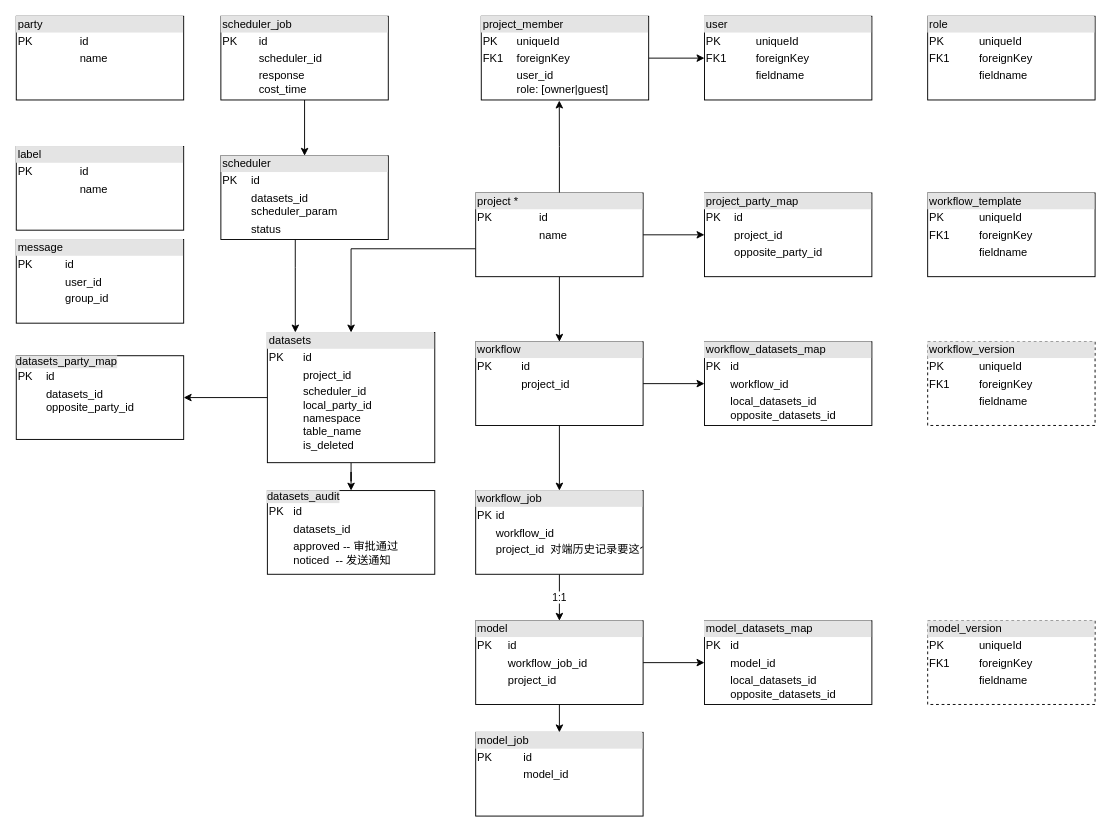
Earlier version of the draw.io diagram Untitled Diagram.drawio (ChrisBamaofan/androidApp). Source tidied: cells renumbered, new cells numbered last; positions are measured from the earlier drawing's top-left corner, leaving out a move shared by most shapes. Both pictures are drawn from the tidied source at 93%, with x=0, y=0 at pixel (16, 16).
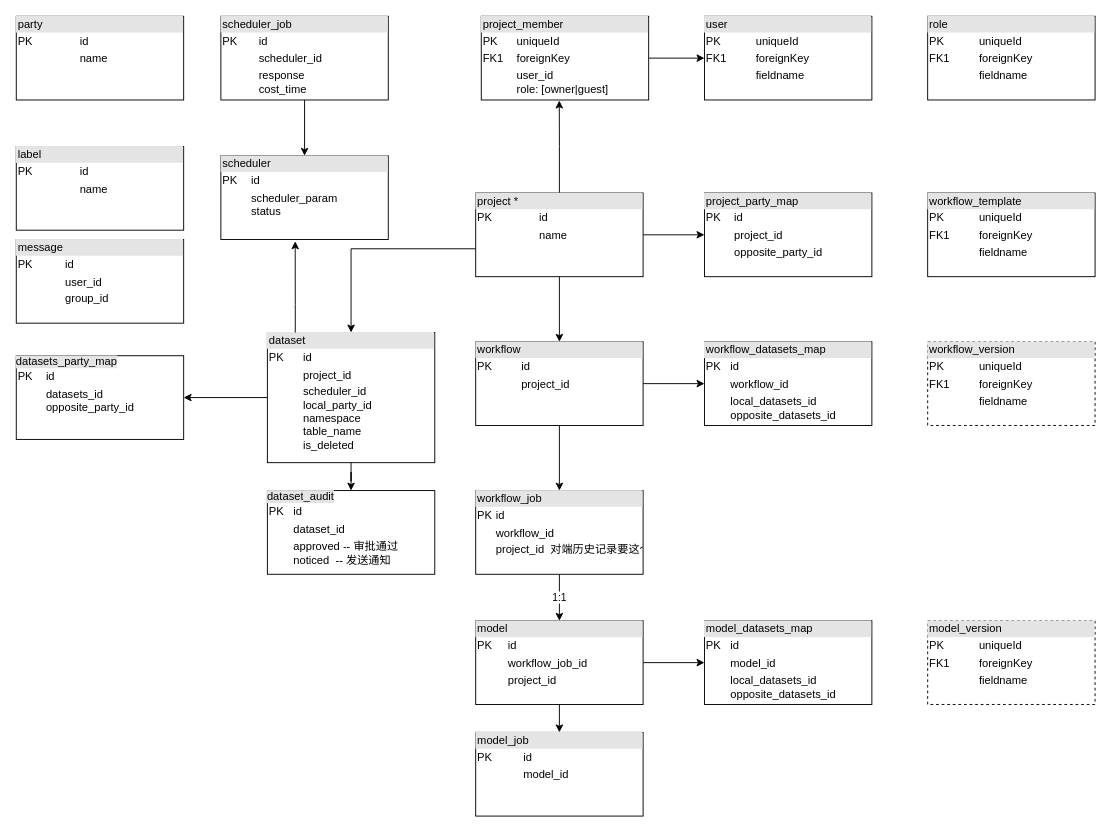
The same diagram, later.

Change to the diagram source:
```diff
@@
-    <mxCell id="9" value="&lt;div style=&quot;box-sizing: border-box ; width: 100% ; background: #e4e4e4 ; padding: 2px&quot;&gt;datasets&lt;/div&gt;&lt;table style=&quot;width: 100% ; font-size: 1em&quot; cellpadding=&quot;2&quot; cellspacing=&quot;0&quot;&gt;&lt;tbody&gt;&lt;tr&gt;&lt;td&gt;PK&lt;/td&gt;&lt;td&gt;id&lt;/td&gt;&lt;/tr&gt;&lt;tr&gt;&lt;td&gt;&lt;br&gt;&lt;/td&gt;&lt;td&gt;project_id&lt;/td&gt;&lt;/tr&gt;&lt;tr&gt;&lt;td&gt;&lt;/td&gt;&lt;td&gt;scheduler_id&lt;br&gt;local_party_id&lt;br&gt;namespace&lt;br&gt;table_name&lt;br&gt;is_deleted&lt;br&gt;&lt;br&gt;&lt;/td&gt;&lt;/tr&gt;&lt;/tbody&gt;&lt;/table&gt;" style="verticalAlign=top;align=left;overflow=fill;html=1;" parent="1" vertex="1">
+    <mxCell id="9" value="&lt;div style=&quot;box-sizing: border-box ; width: 100% ; background: #e4e4e4 ; padding: 2px&quot;&gt;dataset&lt;/div&gt;&lt;table style=&quot;width: 100% ; font-size: 1em&quot; cellpadding=&quot;2&quot; cellspacing=&quot;0&quot;&gt;&lt;tbody&gt;&lt;tr&gt;&lt;td&gt;PK&lt;/td&gt;&lt;td&gt;id&lt;/td&gt;&lt;/tr&gt;&lt;tr&gt;&lt;td&gt;&lt;br&gt;&lt;/td&gt;&lt;td&gt;project_id&lt;/td&gt;&lt;/tr&gt;&lt;tr&gt;&lt;td&gt;&lt;/td&gt;&lt;td&gt;scheduler_id&lt;br&gt;local_party_id&lt;br&gt;namespace&lt;br&gt;table_name&lt;br&gt;is_deleted&lt;br&gt;&lt;br&gt;&lt;/td&gt;&lt;/tr&gt;&lt;/tbody&gt;&lt;/table&gt;" style="verticalAlign=top;align=left;overflow=fill;html=1;" parent="1" vertex="1">
       <mxGeometry x="270" y="340" width="180" height="140" as="geometry" />
     </mxCell>
@@
-    <mxCell id="23" value="&lt;span style=&quot;background-color: rgb(228 , 228 , 228)&quot;&gt;datasets&lt;/span&gt;&lt;span style=&quot;background-color: rgb(228 , 228 , 228)&quot;&gt;_audit&lt;/span&gt;&lt;span style=&quot;background-color: rgb(228 , 228 , 228)&quot;&gt;&lt;br&gt;&lt;/span&gt;&lt;table style=&quot;width: 100% ; font-size: 1em&quot; cellpadding=&quot;2&quot; cellspacing=&quot;0&quot;&gt;&lt;tbody&gt;&lt;tr&gt;&lt;td&gt;PK&lt;/td&gt;&lt;td&gt;id&lt;/td&gt;&lt;/tr&gt;&lt;tr&gt;&lt;td&gt;&lt;br&gt;&lt;/td&gt;&lt;td&gt;datasets_id&lt;/td&gt;&lt;/tr&gt;&lt;tr&gt;&lt;td&gt;&lt;/td&gt;&lt;td&gt;approved -- 审批通过&lt;br&gt;noticed&amp;nbsp; -- 发送通知&lt;/td&gt;&lt;/tr&gt;&lt;/tbody&gt;&lt;/table&gt;" style="verticalAlign=top;align=left;overflow=fill;html=1;" parent="1" vertex="1">
+    <mxCell id="23" value="&lt;span style=&quot;background-color: rgb(228 , 228 , 228)&quot;&gt;dataset&lt;/span&gt;&lt;span style=&quot;background-color: rgb(228 , 228 , 228)&quot;&gt;_audit&lt;/span&gt;&lt;span style=&quot;background-color: rgb(228 , 228 , 228)&quot;&gt;&lt;br&gt;&lt;/span&gt;&lt;table style=&quot;width: 100% ; font-size: 1em&quot; cellpadding=&quot;2&quot; cellspacing=&quot;0&quot;&gt;&lt;tbody&gt;&lt;tr&gt;&lt;td&gt;PK&lt;/td&gt;&lt;td&gt;id&lt;/td&gt;&lt;/tr&gt;&lt;tr&gt;&lt;td&gt;&lt;br&gt;&lt;/td&gt;&lt;td&gt;dataset_id&lt;/td&gt;&lt;/tr&gt;&lt;tr&gt;&lt;td&gt;&lt;/td&gt;&lt;td&gt;approved -- 审批通过&lt;br&gt;noticed&amp;nbsp; -- 发送通知&lt;/td&gt;&lt;/tr&gt;&lt;/tbody&gt;&lt;/table&gt;" style="verticalAlign=top;align=left;overflow=fill;html=1;" parent="1" vertex="1">
       <mxGeometry x="270" y="510" width="180" height="90" as="geometry" />
     </mxCell>
@@
-    <mxCell id="34" style="edgeStyle=orthogonalEdgeStyle;rounded=0;jettySize=auto;html=1;entryX=0.167;entryY=0;entryDx=0;entryDy=0;entryPerimeter=0;" parent="1" edge="1" source="35" target="9">
+    <mxCell id="34" style="edgeStyle=orthogonalEdgeStyle;rounded=0;jettySize=auto;html=1;entryX=0.444;entryY=1.022;entryDx=0;entryDy=0;entryPerimeter=0;" parent="1" edge="1" source="9" target="35">
       <mxGeometry relative="1" as="geometry">
         <Array as="points">
-          <mxPoint x="300" y="270" />
-          <mxPoint x="300" y="270" />
+          <mxPoint x="300" y="310" />
+          <mxPoint x="300" y="310" />
         </Array>
       </mxGeometry>
     </mxCell>
-    <mxCell id="35" value="&lt;div style=&quot;box-sizing: border-box ; width: 100% ; background: #e4e4e4 ; padding: 2px&quot;&gt;scheduler&lt;/div&gt;&lt;table style=&quot;width: 100% ; font-size: 1em&quot; cellpadding=&quot;2&quot; cellspacing=&quot;0&quot;&gt;&lt;tbody&gt;&lt;tr&gt;&lt;td&gt;PK&lt;/td&gt;&lt;td&gt;id&lt;/td&gt;&lt;/tr&gt;&lt;tr&gt;&lt;td&gt;&lt;br&gt;&lt;/td&gt;&lt;td&gt;datasets_id&lt;br&gt;scheduler_param&lt;/td&gt;&lt;/tr&gt;&lt;tr&gt;&lt;td&gt;&lt;/td&gt;&lt;td&gt;status&lt;/td&gt;&lt;/tr&gt;&lt;/tbody&gt;&lt;/table&gt;" style="verticalAlign=top;align=left;overflow=fill;html=1;" parent="1" vertex="1">
+    <mxCell id="35" value="&lt;div style=&quot;box-sizing: border-box ; width: 100% ; background: #e4e4e4 ; padding: 2px&quot;&gt;scheduler&lt;/div&gt;&lt;table style=&quot;width: 100% ; font-size: 1em&quot; cellpadding=&quot;2&quot; cellspacing=&quot;0&quot;&gt;&lt;tbody&gt;&lt;tr&gt;&lt;td&gt;PK&lt;/td&gt;&lt;td&gt;id&lt;/td&gt;&lt;/tr&gt;&lt;tr&gt;&lt;td&gt;&lt;br&gt;&lt;/td&gt;&lt;td&gt;scheduler_param&lt;br&gt;status&lt;br&gt;&lt;/td&gt;&lt;/tr&gt;&lt;tr&gt;&lt;td&gt;&lt;/td&gt;&lt;td&gt;&lt;br&gt;&lt;/td&gt;&lt;/tr&gt;&lt;/tbody&gt;&lt;/table&gt;" style="verticalAlign=top;align=left;overflow=fill;html=1;" parent="1" vertex="1">
       <mxGeometry x="220" y="150" width="180" height="90" as="geometry" />
     </mxCell>
```
